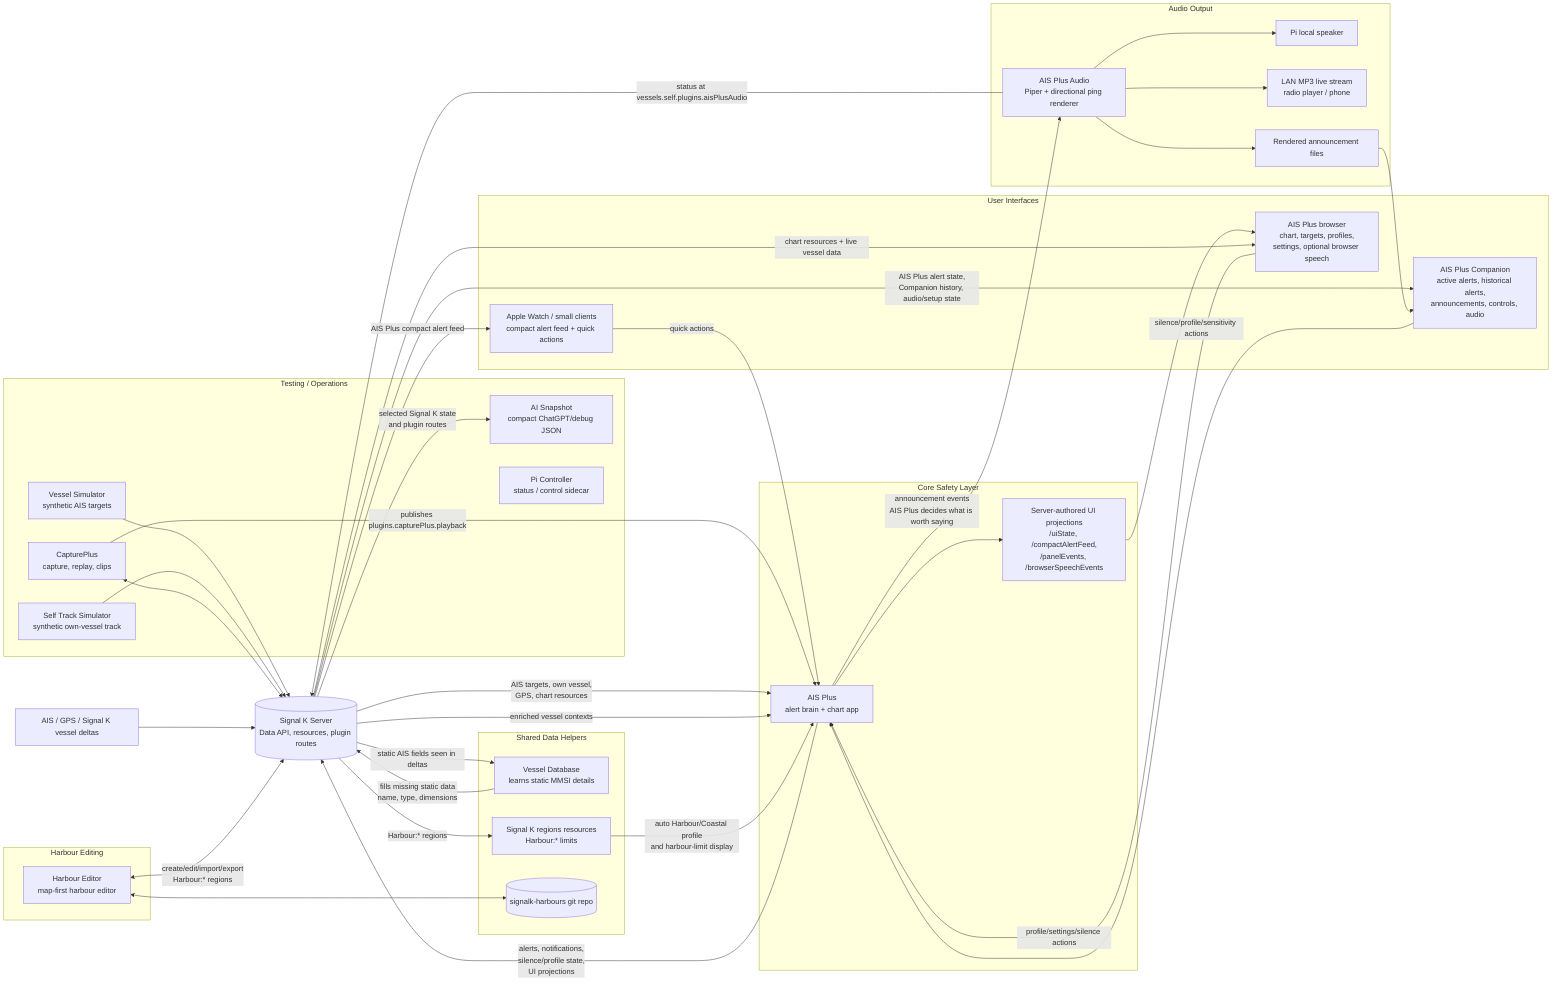
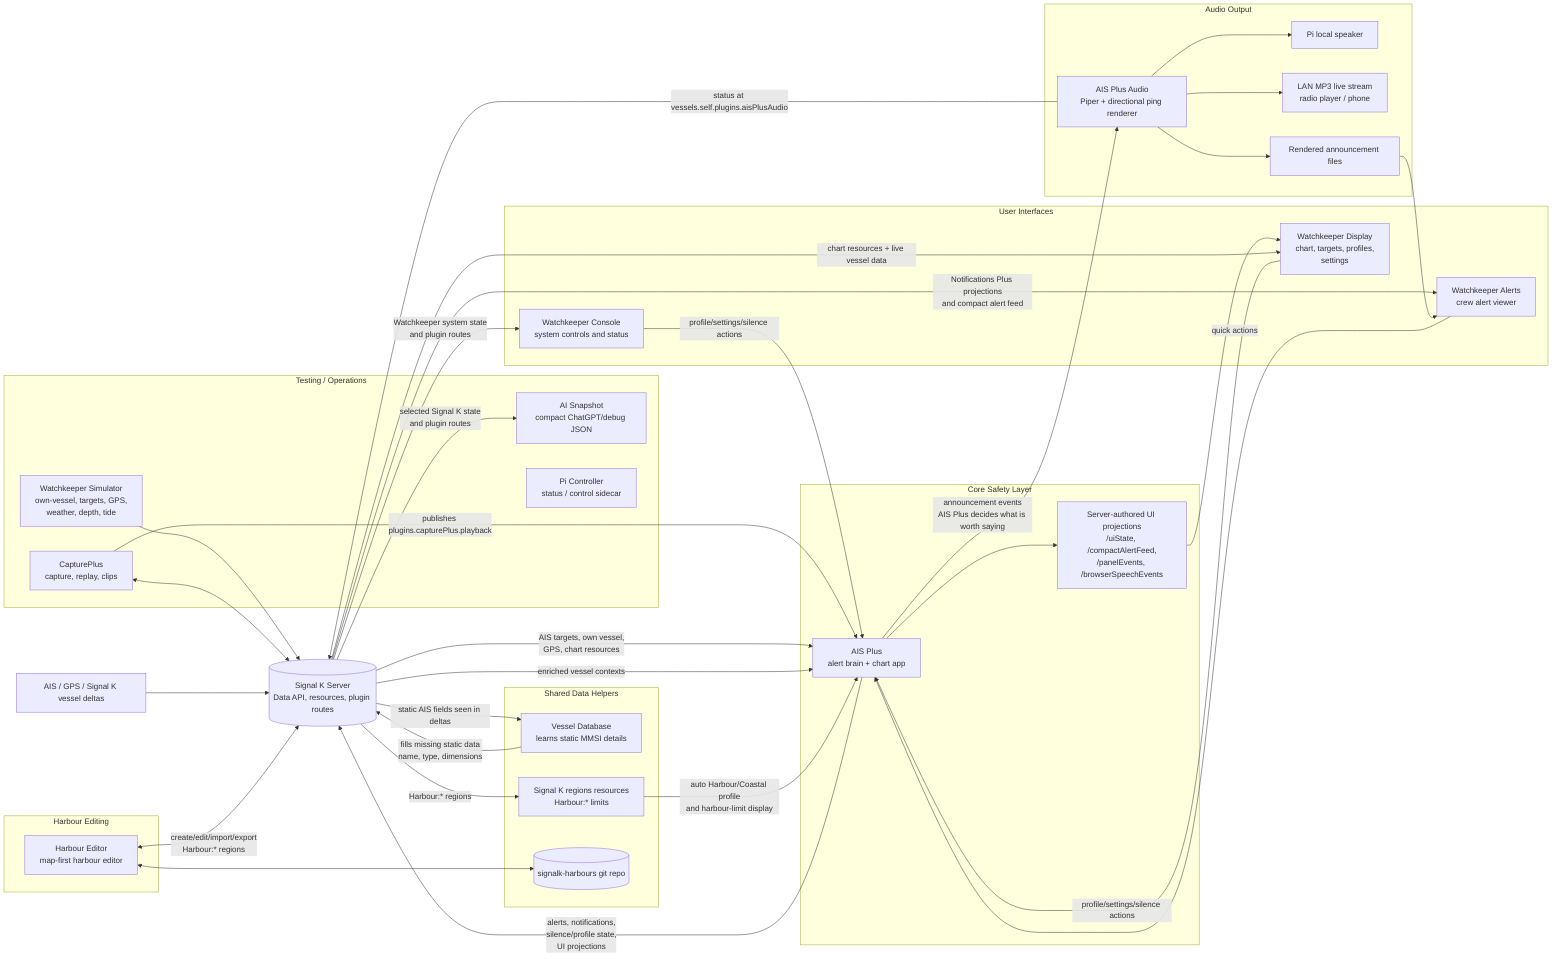
flowchart LR
  aisFeed["AIS / GPS / Signal K vessel deltas"]
  signalK[("Signal K Server\nData API, resources, plugin routes")]

  subgraph Core["Core Safety Layer"]
    aisPlus["AIS Plus\nalert brain + chart app"]
    uiState["Server-authored UI projections\n/uiState, /compactAlertFeed,\n/panelEvents, /browserSpeechEvents"]
  end

  subgraph Data["Shared Data Helpers"]
    vesselDb["Vessel Database\nlearns static MMSI details"]
    harbourResources["Signal K regions resources\nHarbour:* limits"]
    harbourRepo[("signalk-harbours git repo")]
  end

  subgraph Clients["User Interfaces"]
-     aisBrowser["AIS Plus browser\nchart, targets, profiles,\nsettings, optional browser speech"]
-     companion["AIS Plus Companion\nactive alerts, historical alerts,\nannouncements, controls, audio"]
-     watch["Apple Watch / small clients\ncompact alert feed + quick actions"]
+     console["Watchkeeper Console\nsystem controls and status"]
+     display["Watchkeeper Display\nchart, targets, profiles,\nsettings"]
+     alerts["Watchkeeper Alerts\ncrew alert viewer"]
  end

  subgraph Audio["Audio Output"]
    audioPlugin["AIS Plus Audio\nPiper + directional ping renderer"]
    piSpeaker["Pi local speaker"]
    mp3Stream["LAN MP3 live stream\nradio player / phone"]
    generatedAudio["Rendered announcement files"]
  end

  subgraph Editing["Harbour Editing"]
    harbourEditor["Harbour Editor\nmap-first harbour editor"]
  end

  subgraph TestOps["Testing / Operations"]
-     vesselSim["Vessel Simulator\nsynthetic AIS targets"]
-     selfSim["Self Track Simulator\nsynthetic own-vessel track"]
+     watchkeeperSim["Watchkeeper Simulator\nown-vessel, targets, GPS,\nweather, depth, tide"]
    capturePlus["CapturePlus\ncapture, replay, clips"]
    aiSnapshot["AI Snapshot\ncompact ChatGPT/debug JSON"]
    piController["Pi Controller\nstatus / control sidecar"]
  end

  aisFeed --> signalK
-   vesselSim --> signalK
-   selfSim --> signalK
+   watchkeeperSim --> signalK
  capturePlus <--> signalK
  capturePlus -->|"publishes plugins.capturePlus.playback"| aisPlus

  signalK -->|"AIS targets, own vessel,\nGPS, chart resources"| aisPlus
  aisPlus -->|"alerts, notifications,\nsilence/profile state,\nUI projections"| signalK
  aisPlus --> uiState

  signalK -->|"static AIS fields seen in deltas"| vesselDb
  vesselDb -->|"fills missing static data\nname, type, dimensions"| signalK
  signalK -->|"enriched vessel contexts"| aisPlus

  harbourEditor <-->|"create/edit/import/export\nHarbour:* regions"| signalK
  harbourEditor <--> harbourRepo
  signalK -->|"Harbour:* regions"| harbourResources
  harbourResources -->|"auto Harbour/Coastal profile\nand harbour-limit display"| aisPlus

-   uiState --> aisBrowser
-   signalK -->|"chart resources + live vessel data"| aisBrowser
-   aisBrowser -->|"profile/settings/silence actions"| aisPlus
+   uiState --> display
+   signalK -->|"chart resources + live vessel data"| display
+   display -->|"profile/settings/silence actions"| aisPlus

-   signalK -->|"AIS Plus alert state,\nCompanion history, audio/setup state"| companion
-   companion -->|"silence/profile/sensitivity actions"| aisPlus
+   signalK -->|"Watchkeeper system state\nand plugin routes"| console
+   console -->|"profile/settings/silence actions"| aisPlus

-   signalK -->|"AIS Plus compact alert feed"| watch
-   watch -->|"quick actions"| aisPlus
+   signalK -->|"Notifications Plus projections\nand compact alert feed"| alerts
+   alerts -->|"quick actions"| aisPlus

  signalK -->|"selected Signal K state\nand plugin routes"| aiSnapshot

  aisPlus -->|"announcement events\nAIS Plus decides what is worth saying"| audioPlugin
  audioPlugin -->|"status at vessels.self.plugins.aisPlusAudio"| signalK
  audioPlugin --> generatedAudio
-   generatedAudio --> companion
+   generatedAudio --> alerts
  audioPlugin --> piSpeaker
  audioPlugin --> mp3Stream
